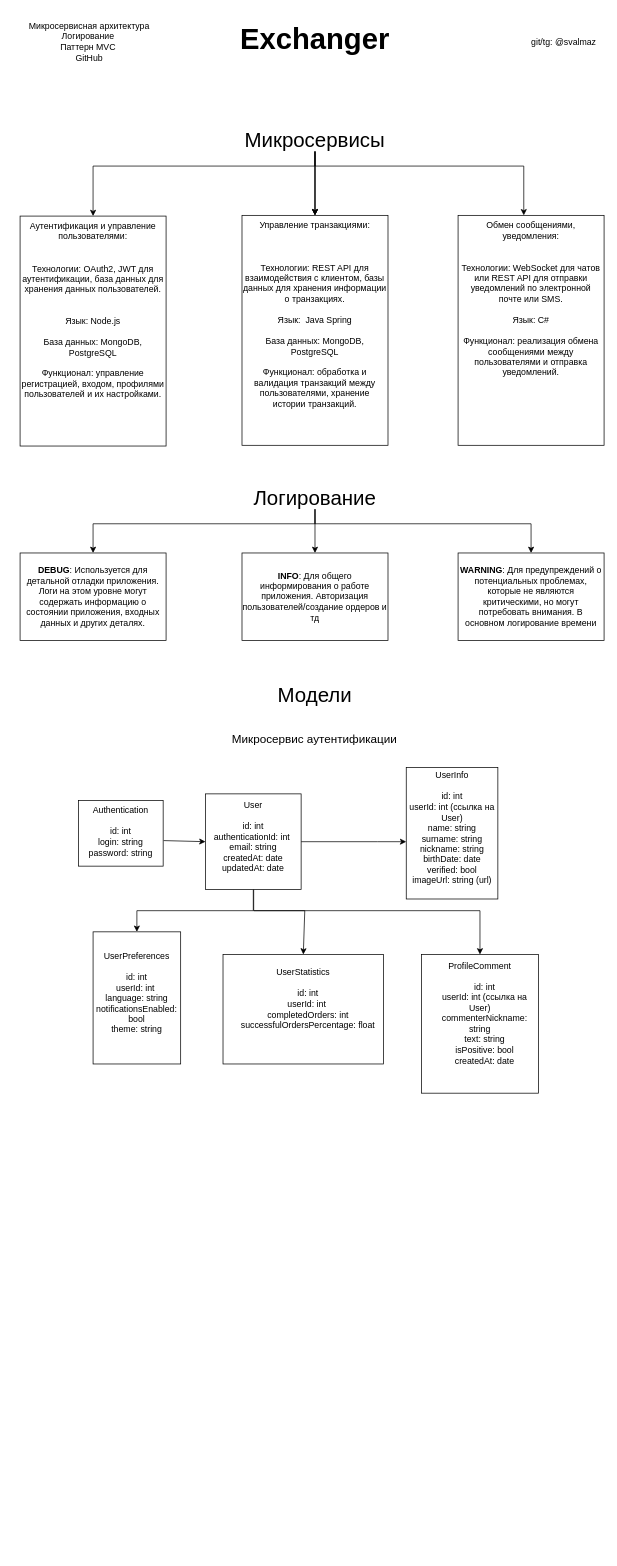
svalmaz/exchanger keeps this draw.io diagram as exchanger1.drawio. Above is the earlier version. Source tidied: cells renumbered, new cells numbered last; positions are measured from the earlier drawing's top-left corner, leaving out a move shared by most shapes. Both pictures are drawn from the tidied source at 73%, with x=0, y=0 at pixel (12, 12).
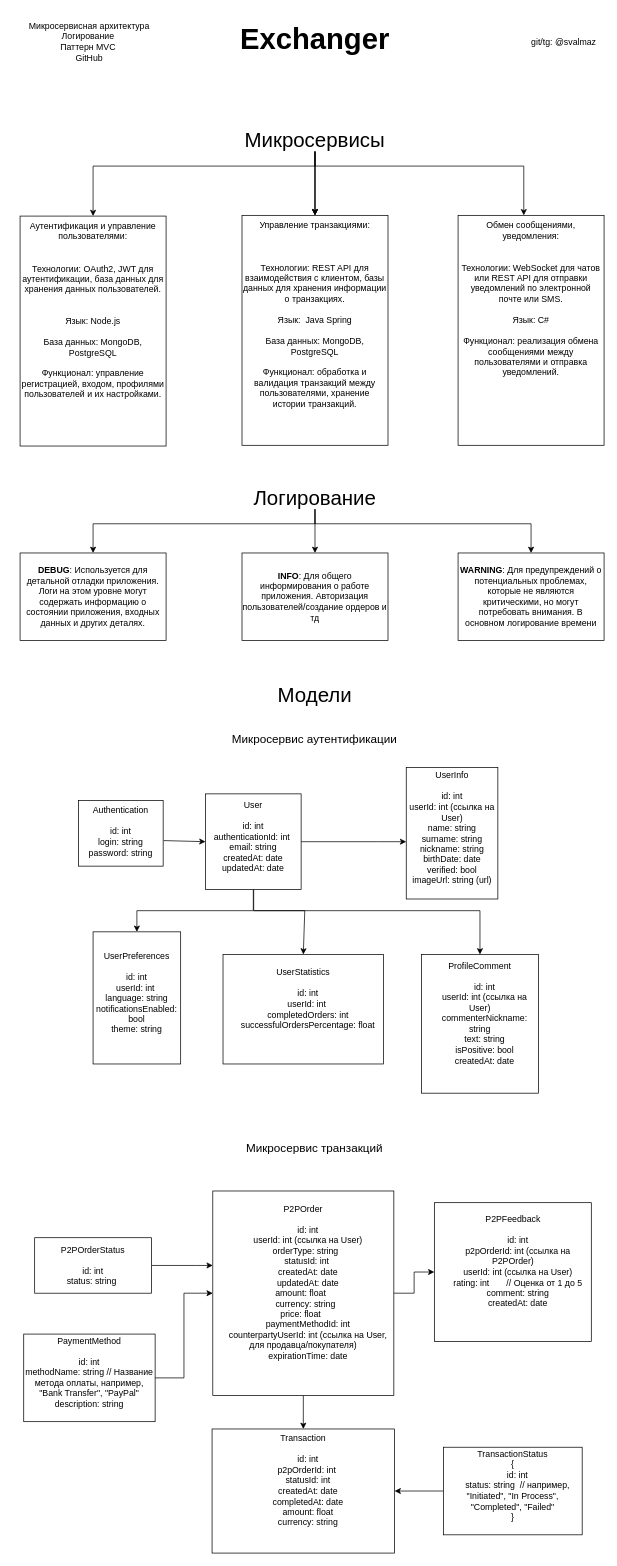
The same diagram, later.

Diff of the diagram source:
```diff
@@
+    <mxCell id="34" value="&lt;font style=&quot;font-size: 16px;&quot;&gt;Микросервис транзакций&lt;/font&gt;" style="text;html=1;align=center;verticalAlign=middle;whiteSpace=wrap;rounded=0;" parent="1" vertex="1">
+      <mxGeometry x="288" y="1540" width="251" height="30" as="geometry" />
+    </mxCell>
+    <mxCell id="35" style="edgeStyle=orthogonalEdgeStyle;rounded=0;jettySize=auto;html=1;" parent="1" edge="1" source="37" target="42">
+      <mxGeometry relative="1" as="geometry" />
+    </mxCell>
+    <mxCell id="36" style="edgeStyle=orthogonalEdgeStyle;rounded=0;jettySize=auto;html=1;" parent="1" edge="1" source="37" target="45">
+      <mxGeometry relative="1" as="geometry" />
+    </mxCell>
+    <mxCell id="37" value="&lt;div&gt;P2POrder&lt;/div&gt;&lt;div&gt;&lt;br&gt;&lt;/div&gt;&lt;div&gt;&amp;nbsp; &amp;nbsp; id: int&lt;/div&gt;&lt;div&gt;&amp;nbsp; &amp;nbsp; userId: int (ссылка на User)&lt;/div&gt;&lt;div&gt;&amp;nbsp; &amp;nbsp; orderType: string&amp;nbsp;&amp;nbsp;&lt;/div&gt;&lt;div&gt;&amp;nbsp; &amp;nbsp; statusId: int&amp;nbsp;&lt;/div&gt;&lt;div&gt;&amp;nbsp; &amp;nbsp; createdAt: date&lt;/div&gt;&lt;div&gt;&amp;nbsp; &amp;nbsp; updatedAt: date&lt;/div&gt;&lt;div&gt;&amp;nbsp; &amp;nbsp; amount: float&amp;nbsp; &amp;nbsp; &amp;nbsp;&amp;nbsp;&lt;/div&gt;&lt;div&gt;&amp;nbsp; &amp;nbsp; currency: string&amp;nbsp;&amp;nbsp;&lt;/div&gt;&lt;div&gt;&amp;nbsp; &amp;nbsp; price: float&amp;nbsp; &amp;nbsp; &amp;nbsp;&amp;nbsp;&lt;/div&gt;&lt;div&gt;&amp;nbsp; &amp;nbsp; paymentMethodId: int&lt;/div&gt;&lt;div&gt;&amp;nbsp; &amp;nbsp; counterpartyUserId: int (ссылка на User, для продавца/покупателя)&lt;/div&gt;&lt;div&gt;&amp;nbsp; &amp;nbsp; expirationTime: date&lt;/div&gt;&lt;div&gt;&lt;br&gt;&lt;/div&gt;&lt;div&gt;&lt;br&gt;&lt;/div&gt;" style="rounded=0;whiteSpace=wrap;html=1;" parent="1" vertex="1">
+      <mxGeometry x="274" y="1614" width="248" height="280" as="geometry" />
+    </mxCell>
+    <mxCell id="38" style="edgeStyle=orthogonalEdgeStyle;rounded=0;jettySize=auto;html=1;" parent="1" edge="1" source="39" target="37">
+      <mxGeometry relative="1" as="geometry">
+        <Array as="points">
+          <mxPoint x="250" y="1716" />
+          <mxPoint x="250" y="1716" />
+        </Array>
+      </mxGeometry>
+    </mxCell>
+    <mxCell id="39" value="P2POrderStatus&lt;br&gt;&lt;br&gt;    id: int&lt;br&gt;    status: string&amp;nbsp;" style="rounded=0;whiteSpace=wrap;html=1;" parent="1" vertex="1">
+      <mxGeometry x="30" y="1678" width="160" height="76" as="geometry" />
+    </mxCell>
+    <mxCell id="40" style="edgeStyle=orthogonalEdgeStyle;rounded=0;jettySize=auto;html=1;" parent="1" edge="1" source="41" target="37">
+      <mxGeometry relative="1" as="geometry" />
+    </mxCell>
+    <mxCell id="41" value="PaymentMethod&lt;br&gt;&lt;br&gt;    id: int&lt;br&gt;    methodName: string  // Название метода оплаты, например, &quot;Bank Transfer&quot;, &quot;PayPal&quot;&lt;br&gt;    description: string&lt;div&gt;&lt;br/&gt;&lt;/div&gt;" style="rounded=0;whiteSpace=wrap;html=1;" parent="1" vertex="1">
+      <mxGeometry x="15" y="1810" width="180" height="120" as="geometry" />
+    </mxCell>
+    <mxCell id="42" value="&lt;div&gt;Transaction&lt;/div&gt;&lt;div&gt;&lt;br&gt;&lt;/div&gt;&lt;div&gt;&amp;nbsp; &amp;nbsp; id: int&lt;/div&gt;&lt;div&gt;&amp;nbsp; &amp;nbsp; p2pOrderId: int&amp;nbsp;&lt;/div&gt;&lt;div&gt;&amp;nbsp; &amp;nbsp; statusId: int&lt;/div&gt;&lt;div&gt;&amp;nbsp; &amp;nbsp; createdAt: date&lt;/div&gt;&lt;div&gt;&amp;nbsp; &amp;nbsp; completedAt: date&lt;/div&gt;&lt;div&gt;&amp;nbsp; &amp;nbsp; amount: float&lt;/div&gt;&lt;div&gt;&amp;nbsp; &amp;nbsp; currency: string&lt;/div&gt;&lt;div&gt;&lt;br&gt;&lt;/div&gt;&lt;div&gt;&lt;br&gt;&lt;/div&gt;" style="rounded=0;whiteSpace=wrap;html=1;" parent="1" vertex="1">
+      <mxGeometry x="273" y="1940" width="250" height="170" as="geometry" />
+    </mxCell>
+    <mxCell id="43" style="edgeStyle=orthogonalEdgeStyle;rounded=0;jettySize=auto;html=1;" parent="1" edge="1" source="44" target="42">
+      <mxGeometry relative="1" as="geometry" />
+    </mxCell>
+    <mxCell id="44" value="&lt;div&gt;TransactionStatus&lt;/div&gt;&lt;div&gt;{&lt;/div&gt;&lt;div&gt;&amp;nbsp; &amp;nbsp; id: int&lt;/div&gt;&lt;div&gt;&amp;nbsp; &amp;nbsp; status: string&amp;nbsp; // например, &quot;Initiated&quot;, &quot;In Process&quot;, &quot;Completed&quot;, &quot;Failed&quot;&lt;/div&gt;&lt;div&gt;}&lt;/div&gt;&lt;div&gt;&lt;br&gt;&lt;/div&gt;" style="rounded=0;whiteSpace=wrap;html=1;" parent="1" vertex="1">
+      <mxGeometry x="590" y="1965" width="190" height="120" as="geometry" />
+    </mxCell>
+    <mxCell id="45" value="&lt;div&gt;P2PFeedback&lt;/div&gt;&lt;div&gt;&lt;br&gt;&lt;/div&gt;&lt;div&gt;&amp;nbsp; &amp;nbsp; id: int&lt;/div&gt;&lt;div&gt;&amp;nbsp; &amp;nbsp; p2pOrderId: int (ссылка на P2POrder)&lt;/div&gt;&lt;div&gt;&amp;nbsp; &amp;nbsp; userId: int (ссылка на User)&lt;/div&gt;&lt;div&gt;&amp;nbsp; &amp;nbsp; rating: int&amp;nbsp; &amp;nbsp; &amp;nbsp; &amp;nbsp;// Оценка от 1 до 5&lt;/div&gt;&lt;div&gt;&amp;nbsp; &amp;nbsp; comment: string&lt;/div&gt;&lt;div&gt;&amp;nbsp; &amp;nbsp; createdAt: date&lt;/div&gt;&lt;div&gt;&lt;br&gt;&lt;/div&gt;&lt;div&gt;&lt;br&gt;&lt;/div&gt;" style="rounded=0;whiteSpace=wrap;html=1;" parent="1" vertex="1">
+      <mxGeometry x="577.5" y="1630" width="215" height="190" as="geometry" />
+    </mxCell>
```
